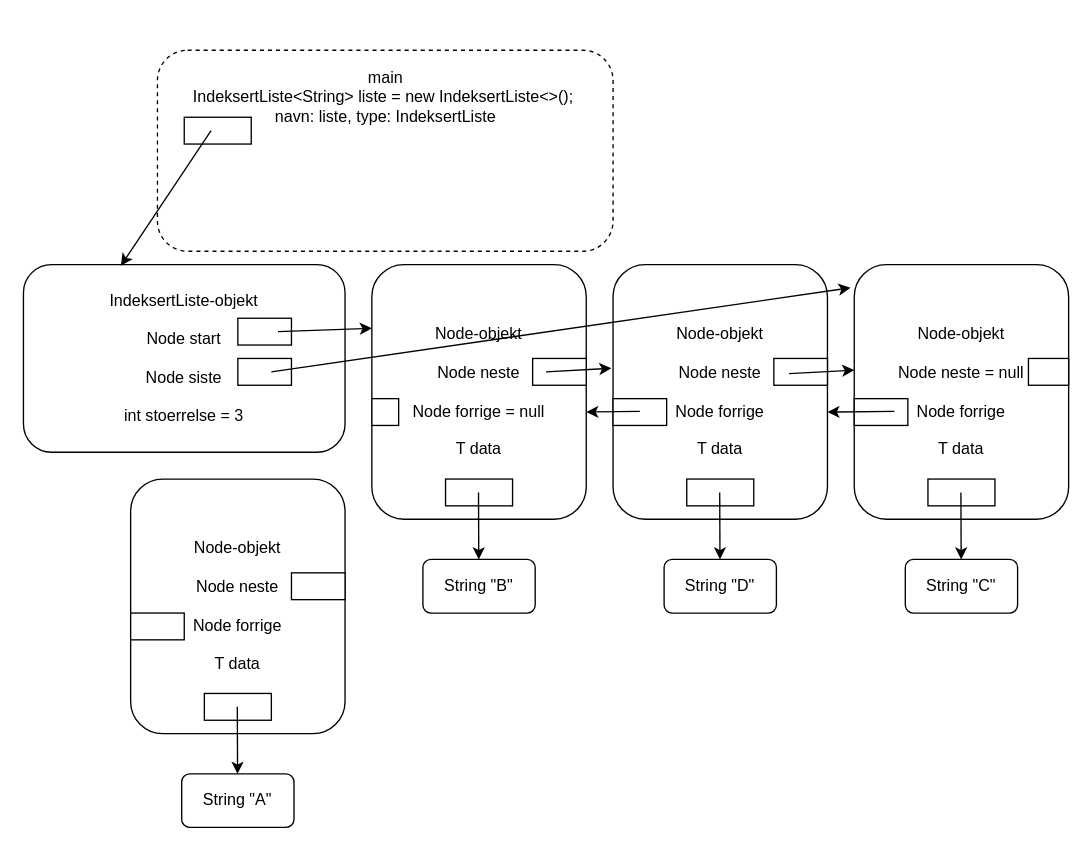
This is delGdatastruktur.drawio from maha897/Draw.io_figs, a draw.io file, before an edit. Source tidied: cells renumbered, new cells numbered last; positions are measured from the earlier drawing's top-left corner, leaving out a move shared by most shapes. Both pictures are drawn from the tidied source at 134%, with x=0, y=0 at pixel (23, 23).
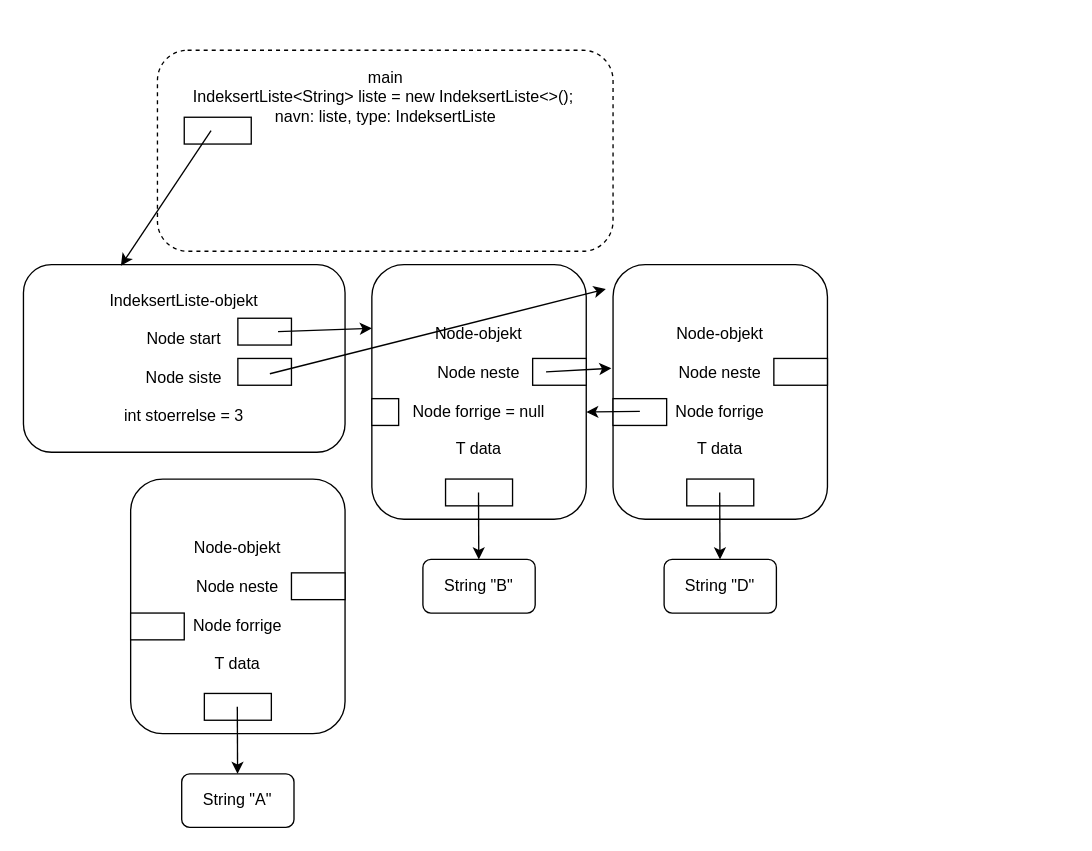
The same page after the edit.

Unchanged cells that the change refers to:
```xml
<mxCell id="8" value="Node-objekt&lt;br&gt;&lt;br&gt;Node neste&lt;br&gt;&lt;br&gt;Node forrige&lt;br&gt;&lt;br&gt;T data" style="rounded=1;whiteSpace=wrap;html=1;" parent="1" vertex="1">
  <mxGeometry x="440" y="180" width="160" height="190" as="geometry" />
</mxCell>
```

What changed in the source:
```diff
@@
-    <mxCell id="25" value="Node-objekt&lt;br&gt;&lt;br&gt;Node neste = null&lt;br&gt;&lt;br&gt;Node forrige&lt;br&gt;&lt;br&gt;T data" style="rounded=1;whiteSpace=wrap;html=1;" parent="1" vertex="1">
-      <mxGeometry x="620" y="180" width="160" height="190" as="geometry" />
-    </mxCell>
-    <mxCell id="26" value="String &quot;C&quot;" style="rounded=1;whiteSpace=wrap;html=1;" parent="1" vertex="1">
-      <mxGeometry x="658.1" y="400" width="83.8" height="40" as="geometry" />
-    </mxCell>
-    <mxCell id="27" style="rounded=0;whiteSpace=wrap;html=1;" parent="1" vertex="1">
-      <mxGeometry x="675" y="340" width="50" height="20" as="geometry" />
-    </mxCell>
-    <mxCell id="28" style="endArrow=classic;html=1;rounded=0;" parent="1" edge="1">
-      <mxGeometry relative="1" as="geometry">
-        <mxPoint x="699.6" y="350" as="sourcePoint" />
-        <mxPoint x="699.8" y="400" as="targetPoint" />
-      </mxGeometry>
-    </mxCell>
-    <mxCell id="29" style="rounded=0;whiteSpace=wrap;html=1;" parent="1" vertex="1">
-      <mxGeometry x="620" y="280" width="40" height="20" as="geometry" />
-    </mxCell>
-    <mxCell id="30" style="rounded=0;whiteSpace=wrap;html=1;" parent="1" vertex="1">
-      <mxGeometry x="750" y="250" width="30" height="20" as="geometry" />
-    </mxCell>
@@
-    <mxCell id="35" style="endArrow=classic;html=1;rounded=0;entryX=-0.008;entryY=0.407;entryDx=0;entryDy=0;entryPerimeter=0;" parent="1" edge="1">
-      <mxGeometry relative="1" as="geometry">
-        <mxPoint x="571.3" y="261.3" as="sourcePoint" />
-        <mxPoint x="620" y="258.7" as="targetPoint" />
-      </mxGeometry>
-    </mxCell>
@@
-    <mxCell id="37" style="endArrow=classic;html=1;rounded=0;" parent="1" edge="1">
-      <mxGeometry relative="1" as="geometry">
-        <mxPoint x="650" y="289.5" as="sourcePoint" />
-        <mxPoint x="600" y="290" as="targetPoint" />
-      </mxGeometry>
-    </mxCell>
-    <mxCell id="38" style="endArrow=classic;html=1;rounded=0;entryX=-0.017;entryY=0.091;entryDx=0;entryDy=0;entryPerimeter=0;" parent="1" edge="1" target="25">
+    <mxCell id="38" style="endArrow=classic;html=1;rounded=0;entryX=-0.034;entryY=0.096;entryDx=0;entryDy=0;entryPerimeter=0;" parent="1" edge="1" target="8">
       <mxGeometry relative="1" as="geometry">
-        <mxPoint x="185" y="260" as="sourcePoint" />
+        <mxPoint x="183.9" y="261.4" as="sourcePoint" />
       </mxGeometry>
     </mxCell>
```
